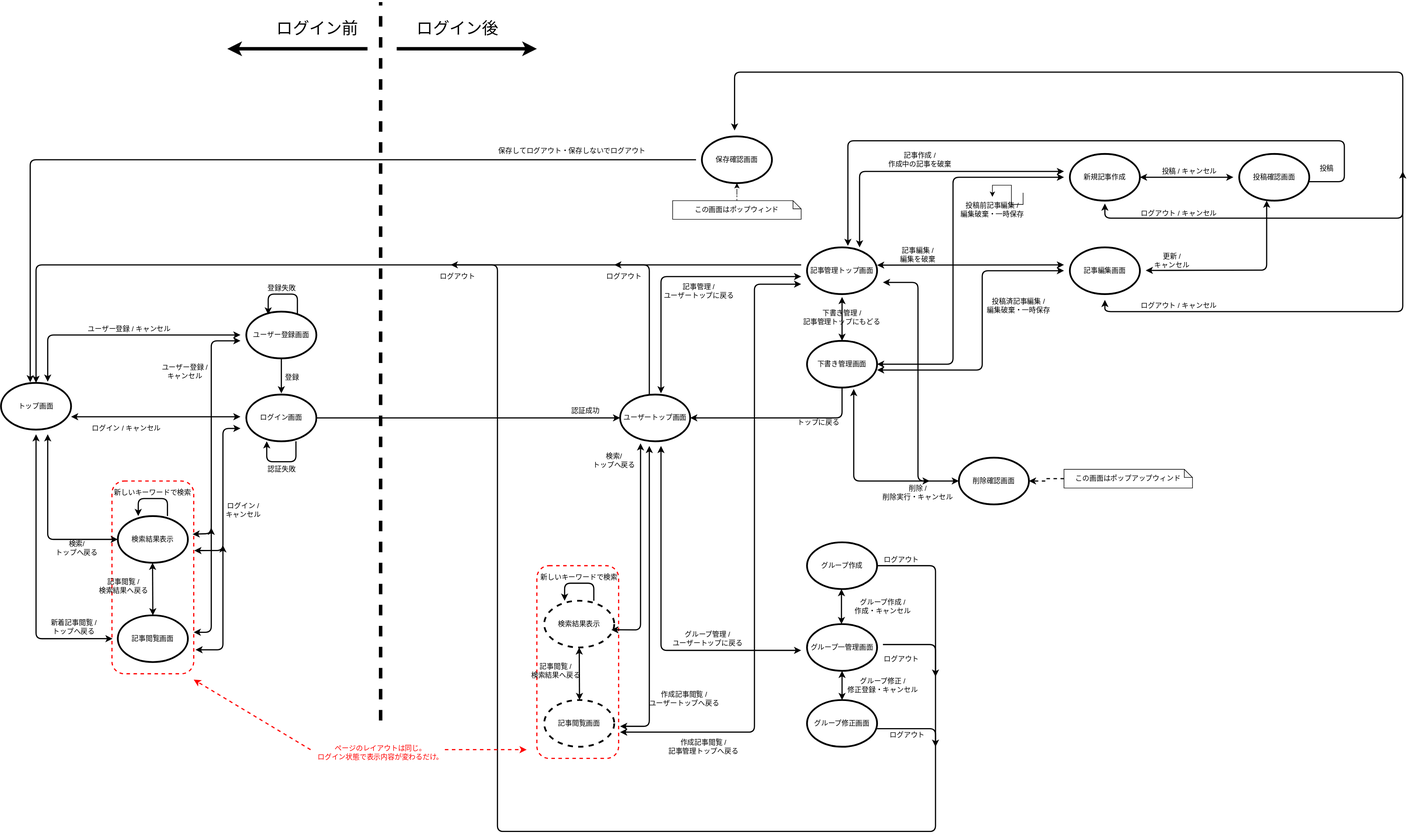
Earlier version of the draw.io export design/image/page_flow.drawio.svg (kuboshu/exmanager). Source tidied: cells renumbered, new cells last; positions are measured from the earlier drawing's top-left corner, leaving out a move shared by most shapes.
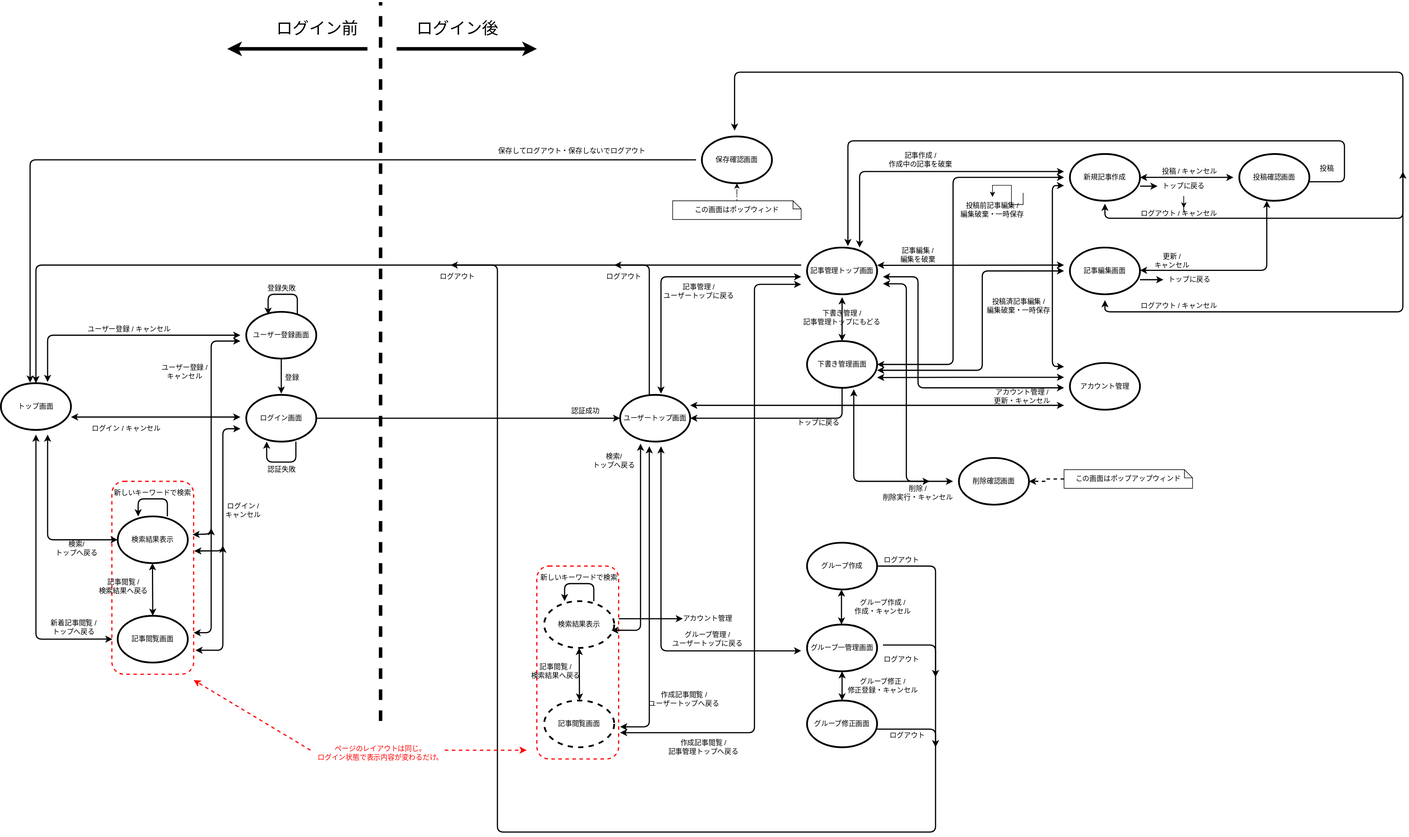
Above is the later version.

The edit, as a diff of the source:
```diff
@@ -255,7 +255,7 @@
     </mxCell>
     <mxCell id="59" style="endArrow=classic;startArrow=classic;html=1;strokeColor=#000000;strokeWidth=2;" parent="1" edge="1">
       <mxGeometry relative="1" as="geometry">
-        <mxPoint x="1960" y="459.5" as="sourcePoint" />
+        <mxPoint x="1950" y="459" as="sourcePoint" />
         <mxPoint x="2167" y="340" as="targetPoint" />
         <Array as="points">
           <mxPoint x="2167" y="459" />
@@ -546,16 +546,6 @@
     <mxCell id="108" value="削除確認画面" style="ellipse;whiteSpace=wrap;html=1;fontColor=#000000;fillColor=none;strokeColor=#000000;strokeWidth=3;" parent="1" vertex="1">
       <mxGeometry x="1640" y="780" width="120" height="80" as="geometry" />
     </mxCell>
-    <mxCell id="109" style="endArrow=classic;startArrow=classic;html=1;strokeWidth=2;strokeColor=#000000;" parent="1" edge="1">
-      <mxGeometry relative="1" as="geometry">
-        <mxPoint x="1640" y="820" as="sourcePoint" />
-        <mxPoint x="1510" y="480" as="targetPoint" />
-        <Array as="points">
-          <mxPoint x="1570" y="820" />
-          <mxPoint x="1570" y="480" />
-        </Array>
-      </mxGeometry>
-    </mxCell>
     <mxCell id="110" style="endArrow=classic;startArrow=classic;html=1;strokeColor=#000000;strokeWidth=2;" parent="1" edge="1">
       <mxGeometry relative="1" as="geometry">
         <mxPoint x="1460" y="662.5" as="sourcePoint" />
@@ -592,5 +582,97 @@
     <mxCell id="116" value="投稿済記事編集 /&amp;nbsp;&lt;br&gt;編集破棄・一時保存" style="text;html=1;strokeColor=none;fillColor=none;align=center;verticalAlign=middle;whiteSpace=wrap;rounded=0;labelBackgroundColor=none;fontColor=#000000;strokeWidth=2;" parent="1" vertex="1">
       <mxGeometry x="1680" y="497.5" width="125" height="45" as="geometry" />
     </mxCell>
+    <mxCell id="117" value="アカウント管理" style="ellipse;whiteSpace=wrap;html=1;fontColor=#000000;fillColor=none;strokeColor=#000000;strokeWidth=3;" parent="1" vertex="1">
+      <mxGeometry x="1830" y="617.5" width="120" height="80" as="geometry" />
+    </mxCell>
+    <mxCell id="118" style="endArrow=classic;startArrow=classic;html=1;fontColor=#000000;strokeColor=#000000;strokeWidth=2;" parent="1" edge="1">
+      <mxGeometry relative="1" as="geometry">
+        <mxPoint x="1820" y="624" as="sourcePoint" />
+        <mxPoint x="1820" y="314" as="targetPoint" />
+        <Array as="points">
+          <mxPoint x="1800" y="623" />
+          <mxPoint x="1800" y="314" />
+        </Array>
+      </mxGeometry>
+    </mxCell>
+    <mxCell id="119" value="アカウント管理 /&amp;nbsp;&lt;br&gt;更新・キャンセル" style="text;html=1;strokeColor=none;fillColor=none;align=center;verticalAlign=middle;whiteSpace=wrap;rounded=0;labelBackgroundColor=none;fontColor=#000000;strokeWidth=2;" parent="1" vertex="1">
+      <mxGeometry x="1686" y="652.5" width="125" height="45" as="geometry" />
+    </mxCell>
+    <mxCell id="120" style="endArrow=classic;startArrow=classic;html=1;fontColor=#000000;strokeColor=#000000;strokeWidth=2;" parent="1" edge="1">
+      <mxGeometry relative="1" as="geometry">
+        <mxPoint x="1500" y="642.4" as="sourcePoint" />
+        <mxPoint x="1820" y="642" as="targetPoint" />
+        <Array as="points">
+          <mxPoint x="1650" y="642" />
+        </Array>
+      </mxGeometry>
+    </mxCell>
+    <mxCell id="121" style="endArrow=classic;startArrow=classic;html=1;fontColor=#000000;strokeColor=#000000;strokeWidth=2;" parent="1" edge="1">
+      <mxGeometry relative="1" as="geometry">
+        <mxPoint x="1180" y="690" as="sourcePoint" />
+        <mxPoint x="1820" y="690" as="targetPoint" />
+      </mxGeometry>
+    </mxCell>
+    <mxCell id="122" style="endArrow=classic;html=1;strokeColor=#000000;strokeWidth=2;" parent="1" edge="1">
+      <mxGeometry relative="1" as="geometry">
+        <mxPoint x="1057.5" y="1055" as="sourcePoint" />
+        <mxPoint x="1167.5" y="1055" as="targetPoint" />
+        <Array as="points">
+          <mxPoint x="1127.5" y="1055" />
+        </Array>
+      </mxGeometry>
+    </mxCell>
+    <mxCell id="123" value="アカウント管理" style="text;html=1;strokeColor=none;fillColor=none;align=center;verticalAlign=middle;whiteSpace=wrap;rounded=0;labelBackgroundColor=none;fontColor=#000000;strokeWidth=2;" parent="1" vertex="1">
+      <mxGeometry x="1140" y="1030" width="140" height="50" as="geometry" />
+    </mxCell>
+    <mxCell id="124" style="endArrow=classic;html=1;strokeColor=#000000;strokeWidth=2;entryX=0;entryY=0.5;entryDx=0;entryDy=0;" parent="1" edge="1" target="127">
+      <mxGeometry relative="1" as="geometry">
+        <mxPoint x="1950" y="315" as="sourcePoint" />
+        <Array as="points">
+          <mxPoint x="1970" y="315" />
+        </Array>
+      </mxGeometry>
+    </mxCell>
+    <mxCell id="125" style="edgeStyle=orthogonalEdgeStyle;rounded=0;jettySize=auto;html=1;" parent="1" edge="1" source="127" target="69">
+      <mxGeometry relative="1" as="geometry" />
+    </mxCell>
+    <mxCell id="126" style="edgeStyle=orthogonalEdgeStyle;rounded=0;jettySize=auto;html=1;" parent="1" edge="1" source="127" target="69">
+      <mxGeometry relative="1" as="geometry" />
+    </mxCell>
+    <mxCell id="127" value="トップに戻る" style="text;html=1;strokeColor=none;fillColor=none;align=center;verticalAlign=middle;whiteSpace=wrap;rounded=0;labelBackgroundColor=none;fontColor=#000000;strokeWidth=2;" parent="1" vertex="1">
+      <mxGeometry x="1980" y="290" width="90" height="50" as="geometry" />
+    </mxCell>
+    <mxCell id="128" style="endArrow=classic;html=1;strokeColor=#000000;strokeWidth=2;entryX=0;entryY=0.5;entryDx=0;entryDy=0;" parent="1" edge="1" target="129">
+      <mxGeometry relative="1" as="geometry">
+        <mxPoint x="1950" y="475" as="sourcePoint" />
+        <Array as="points">
+          <mxPoint x="1980" y="475" />
+        </Array>
+      </mxGeometry>
+    </mxCell>
+    <mxCell id="129" value="トップに戻る" style="text;html=1;strokeColor=none;fillColor=none;align=center;verticalAlign=middle;whiteSpace=wrap;rounded=0;labelBackgroundColor=none;fontColor=#000000;strokeWidth=2;" parent="1" vertex="1">
+      <mxGeometry x="1990" y="450" width="90" height="50" as="geometry" />
+    </mxCell>
+    <mxCell id="130" style="endArrow=classic;startArrow=classic;html=1;fontColor=#000000;strokeColor=#000000;strokeWidth=2;" parent="1" edge="1">
+      <mxGeometry relative="1" as="geometry">
+        <mxPoint x="1820" y="660" as="sourcePoint" />
+        <mxPoint x="1510" y="470" as="targetPoint" />
+        <Array as="points">
+          <mxPoint x="1570" y="660" />
+          <mxPoint x="1570" y="570" />
+          <mxPoint x="1570" y="470" />
+        </Array>
+      </mxGeometry>
+    </mxCell>
+    <mxCell id="131" style="endArrow=classic;startArrow=classic;html=1;fontColor=#000000;strokeColor=#000000;strokeWidth=2;" parent="1" edge="1">
+      <mxGeometry relative="1" as="geometry">
+        <mxPoint x="1630" y="820" as="sourcePoint" />
+        <mxPoint x="1510" y="482" as="targetPoint" />
+        <Array as="points">
+          <mxPoint x="1550" y="820" />
+          <mxPoint x="1550" y="482" />
+        </Array>
+      </mxGeometry>
+    </mxCell>
   </root>
 </mxGraphModel>
```
